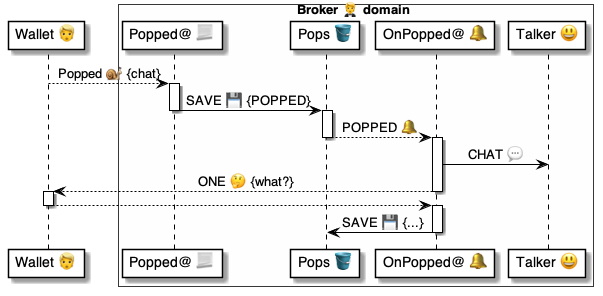
pollyweb-org/pollyweb-docs keeps this PlantUML diagram as 4 ⚙️ Solution/20 🧑‍🦰 UI/Brokers 🤵/🤵🪣 Broker tables/Pops 🎈 table/🪣🔔 12 Pop » Popped/🤵 OnPopPopped ⚙️ uml.png. Above is the earlier version. Its source is kept beside it as 4 ⚙️ Solution/20 🧑‍🦰 UI/Brokers 🤵/🤵🪣 Broker tables/Pops 🎈 table/🪣🔔 12 Pop » Popped/🤵 OnPopPopped ⚙️ uml.puml.
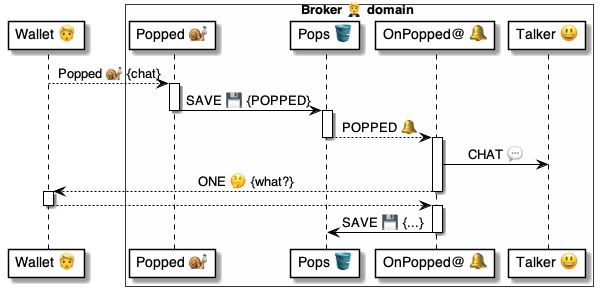
After the commit.

What changed in the source:
```diff
@@ -3,7 +3,7 @@
 participant "Wallet 👱" as wallet
 
 box Broker 🤵 domain #FFFFFA
-    participant "Popped@ 📃" as pop
+    participant "Popped 🐌" as pop
     participant "Pops 🪣" as pops
     participant "OnPopped@ 🔔" as popped
     participant "Talker 😃" as talker
```
